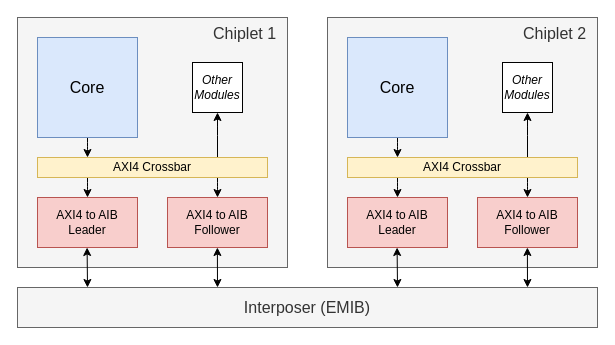
This is docs/chiplet_instantiation.drawio from luiseduardomendes/axi4_aib_tools, a draw.io file, before an edit. Source tidied: cells renumbered, new cells numbered last; positions are measured from the earlier drawing's top-left corner, leaving out a move shared by most shapes. Both pictures are drawn from the tidied source at 100%, with x=0, y=0 at pixel (17, 17).
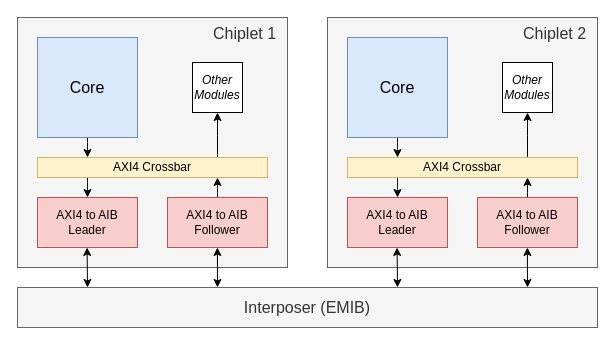
After the change.

The change refers to these unchanged cells:
```xml
<mxCell id="8" value="AXI4 Crossbar" style="whiteSpace=wrap;html=1;rounded=0;fillColor=#fff2cc;strokeColor=#d6b656;" parent="1" vertex="1">
  <mxGeometry x="20" y="140" width="230" height="20" as="geometry" />
</mxCell>
<mxCell id="9" value="AXI4 to AIB&lt;div&gt;Follower&lt;/div&gt;" style="whiteSpace=wrap;html=1;rounded=0;fillColor=#f8cecc;strokeColor=#b85450;" parent="1" vertex="1">
  <mxGeometry x="150" y="180" width="100" height="50" as="geometry" />
</mxCell>
<mxCell id="21" value="AXI4 Crossbar" style="whiteSpace=wrap;html=1;rounded=0;fillColor=#fff2cc;strokeColor=#d6b656;" parent="1" vertex="1">
  <mxGeometry x="330" y="140" width="230" height="20" as="geometry" />
</mxCell>
<mxCell id="22" value="AXI4 to AIB&lt;div&gt;Follower&lt;/div&gt;" style="whiteSpace=wrap;html=1;rounded=0;fillColor=#f8cecc;strokeColor=#b85450;" parent="1" vertex="1">
  <mxGeometry x="460" y="180" width="100" height="50" as="geometry" />
</mxCell>
```

Change to the diagram source:
```diff
@@
-    <mxCell id="7" style="edgeStyle=elbowEdgeStyle;html=1;" parent="1" edge="1" source="8" target="9">
+    <mxCell id="7" style="edgeStyle=elbowEdgeStyle;html=1;endArrow=none;endFill=0;startArrow=classic;startFill=1;" parent="1" edge="1" source="8" target="9">
       <mxGeometry relative="1" as="geometry" />
     </mxCell>
@@
-    <mxCell id="20" style="edgeStyle=elbowEdgeStyle;html=1;" parent="1" edge="1" source="21" target="22">
+    <mxCell id="20" style="edgeStyle=elbowEdgeStyle;html=1;startArrow=classic;startFill=1;endArrow=none;endFill=0;" parent="1" edge="1" source="21" target="22">
       <mxGeometry relative="1" as="geometry" />
     </mxCell>
```
